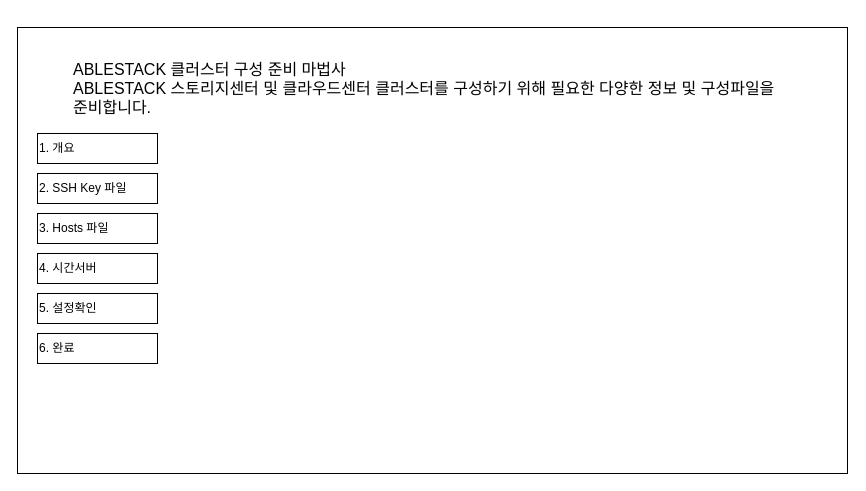
The draw.io diagram development-cockpit-hw.drawio in stardom3645/wiki, before the edit. Source tidied: cells renumbered, new cells numbered last; positions are measured from the earlier drawing's top-left corner, leaving out a move shared by most shapes. Both pictures are drawn from the tidied source at 100%, with x=0, y=0 at pixel (17, 27).
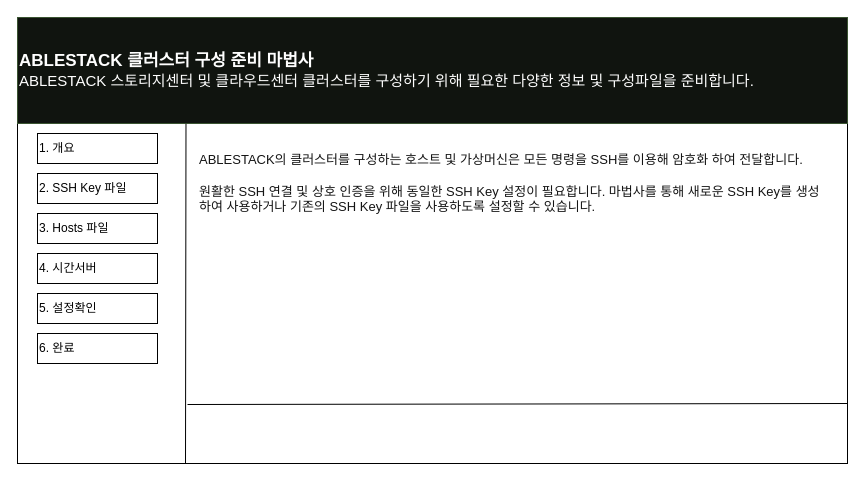
The same page after the edit.

What changed in the source:
```diff
@@
 <mxGraphModel>
   <root>
     <mxCell id="0" />
     <mxCell id="1" parent="0" />
     <mxCell id="2" style="rounded=0;whiteSpace=wrap;html=1;" parent="1" vertex="1">
-      <mxGeometry width="830" height="446" as="geometry" />
+      <mxGeometry y="-10" width="830" height="446" as="geometry" />
     </mxCell>
-    <mxCell id="3" value="&lt;div style=&quot;text-align: left ; font-size: 16px&quot;&gt;&lt;span&gt;&lt;font style=&quot;font-size: 16px&quot;&gt;ABLESTACK 클러스터 구성 준비 마법사&lt;/font&gt;&lt;/span&gt;&lt;/div&gt;&lt;div style=&quot;text-align: left ; font-size: 16px&quot;&gt;&lt;span&gt;&lt;font style=&quot;font-size: 16px&quot;&gt;ABLESTACK 스토리지센터 및 클라우드센터 클러스터를 구성하기 위해 필요한 다양한 정보 및 구성파일을 준비합니다.&lt;/font&gt;&lt;/span&gt;&lt;/div&gt;" style="text;html=1;strokeColor=none;fillColor=none;align=center;verticalAlign=middle;whiteSpace=wrap;rounded=0;" parent="1" vertex="1">
-      <mxGeometry x="55" y="16" width="720" height="90" as="geometry" />
+    <mxCell id="3" value="&lt;div style=&quot;&quot;&gt;&lt;font style=&quot;font-size: 17px&quot;&gt;&lt;b&gt;ABLESTACK 클러스터 구성 준비 마법사&lt;/b&gt;&lt;/font&gt;&lt;/div&gt;&lt;div style=&quot;font-size: 15px;&quot;&gt;&lt;font style=&quot;font-size: 15px&quot;&gt;ABLESTACK 스토리지센터 및 클라우드센터 클러스터를 구성하기 위해 필요한 다양한 정보 및 구성파일을 준비합니다.&lt;/font&gt;&lt;/div&gt;" style="text;html=1;strokeColor=#3A5431;align=left;verticalAlign=middle;whiteSpace=wrap;rounded=0;labelBackgroundColor=none;fontColor=#ffffff;fillColor=#10140F;" parent="1" vertex="1">
+      <mxGeometry y="-10" width="830" height="106" as="geometry" />
     </mxCell>
     <mxCell id="4" value="1. 개요" style="rounded=0;whiteSpace=wrap;html=1;align=left;" parent="1" vertex="1">
       <mxGeometry x="20" y="106" width="120" height="30" as="geometry" />
     </mxCell>
     <mxCell id="5" value="2. SSH Key 파일" style="rounded=0;whiteSpace=wrap;html=1;align=left;" parent="1" vertex="1">
       <mxGeometry x="20" y="146" width="120" height="30" as="geometry" />
     </mxCell>
     <mxCell id="6" value="3. Hosts 파일" style="rounded=0;whiteSpace=wrap;html=1;align=left;" parent="1" vertex="1">
       <mxGeometry x="20" y="186" width="120" height="30" as="geometry" />
     </mxCell>
     <mxCell id="7" value="5. 설정확인" style="rounded=0;whiteSpace=wrap;html=1;align=left;" parent="1" vertex="1">
       <mxGeometry x="20" y="266" width="120" height="30" as="geometry" />
     </mxCell>
     <mxCell id="8" value="4. 시간서버" style="rounded=0;whiteSpace=wrap;html=1;align=left;" parent="1" vertex="1">
       <mxGeometry x="20" y="226" width="120" height="30" as="geometry" />
     </mxCell>
     <mxCell id="9" value="6. 완료" style="rounded=0;whiteSpace=wrap;html=1;align=left;" parent="1" vertex="1">
       <mxGeometry x="20" y="306" width="120" height="30" as="geometry" />
     </mxCell>
+    <mxCell id="10" style="endArrow=none;html=1;fontColor=#FCFCFC;entryX=0.203;entryY=1.003;entryDx=0;entryDy=0;entryPerimeter=0;" parent="1" edge="1" target="3">
+      <mxGeometry relative="1" as="geometry">
+        <mxPoint x="168" y="436" as="sourcePoint" />
+      </mxGeometry>
+    </mxCell>
+    <mxCell id="11" style="endArrow=none;html=1;fontColor=#FCFCFC;" parent="1" edge="1">
+      <mxGeometry relative="1" as="geometry">
+        <mxPoint x="170" y="377" as="sourcePoint" />
+        <mxPoint x="830" y="376" as="targetPoint" />
+      </mxGeometry>
+    </mxCell>
+    <mxCell id="12" value="&lt;span style=&quot;color: rgb(21, 21, 21); font-family: redhattext, overpass, overpass, helvetica, arial, sans-serif; font-size: 13px; background-color: rgb(255, 255, 255);&quot;&gt;ABLESTACK의 클러스터를 구성하는 호스트 및 가상머신은 모든 명령을 SSH를 이용해 암호화 하여 전달합니다.&lt;/span&gt;&lt;br style=&quot;box-sizing: border-box; color: rgb(21, 21, 21); font-family: redhattext, overpass, overpass, helvetica, arial, sans-serif; font-size: 13px; background-color: rgb(255, 255, 255);&quot;&gt;&lt;br style=&quot;box-sizing: border-box; color: rgb(21, 21, 21); font-family: redhattext, overpass, overpass, helvetica, arial, sans-serif; font-size: 13px; background-color: rgb(255, 255, 255);&quot;&gt;&lt;span style=&quot;color: rgb(21, 21, 21); font-family: redhattext, overpass, overpass, helvetica, arial, sans-serif; font-size: 13px; background-color: rgb(255, 255, 255);&quot;&gt;원활한 SSH 연결 및 상호 인증을 위해 동일한 SSH Key 설정이 필요합니다. 마법사를 통해 새로운 SSH Key를 생성하여 사용하거나 기존의 SSH Key 파일을 사용하도록 설정할 수 있습니다.&lt;/span&gt;" style="text;html=1;strokeColor=none;fillColor=none;align=left;verticalAlign=middle;whiteSpace=wrap;rounded=0;labelBackgroundColor=none;fontColor=#1C1C1C;fontSize=13;" parent="1" vertex="1">
+      <mxGeometry x="180" y="106" width="630" height="100" as="geometry" />
+    </mxCell>
   </root>
 </mxGraphModel>
```
